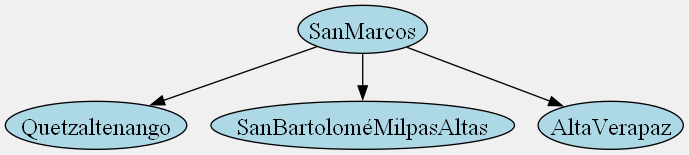
Before: target/classes/img/ubicacionActual.png, a diagram exported from Graphviz (Gerardo-Mantanico/TravelMap_GT). Its source is kept beside it as src/main/resources/img/ubicacionActual.dot.
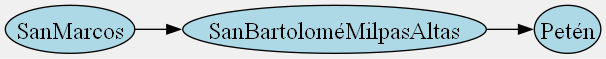
The same diagram one commit later.

Diff of the diagram source:
```diff
@@ -1,5 +1,6 @@
 digraph G {
+rankdir=LR;
 bgcolor="#f0f0f0";
  node [margin=0 fontcolor=black fontsize=18 width=0.5 shape=oval style=filled fillcolor=lightblue]
-SanMarcos ->  {Quetzaltenango  SanBartoloméMilpasAltas  AltaVerapaz  }
- }
+SanMarcos -> SanBartoloméMilpasAltas -> Petén;
+}
```
